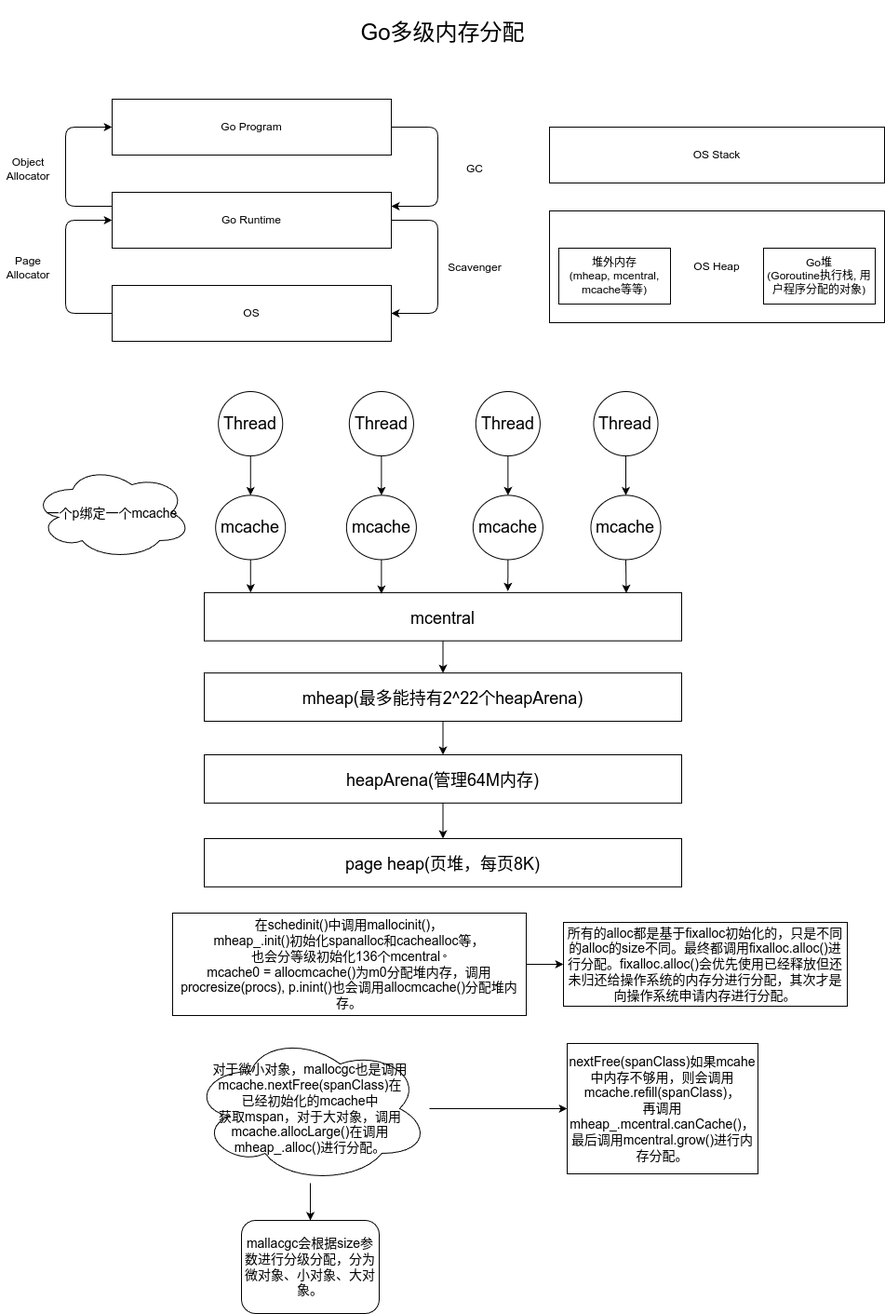
This is go_alloc.png from moqsien/img_repo, a draw.io export, as it was before one commit. Source tidied: cells renumbered, new cells last; positions are measured from the earlier drawing's top-left corner, leaving out a move shared by most shapes.
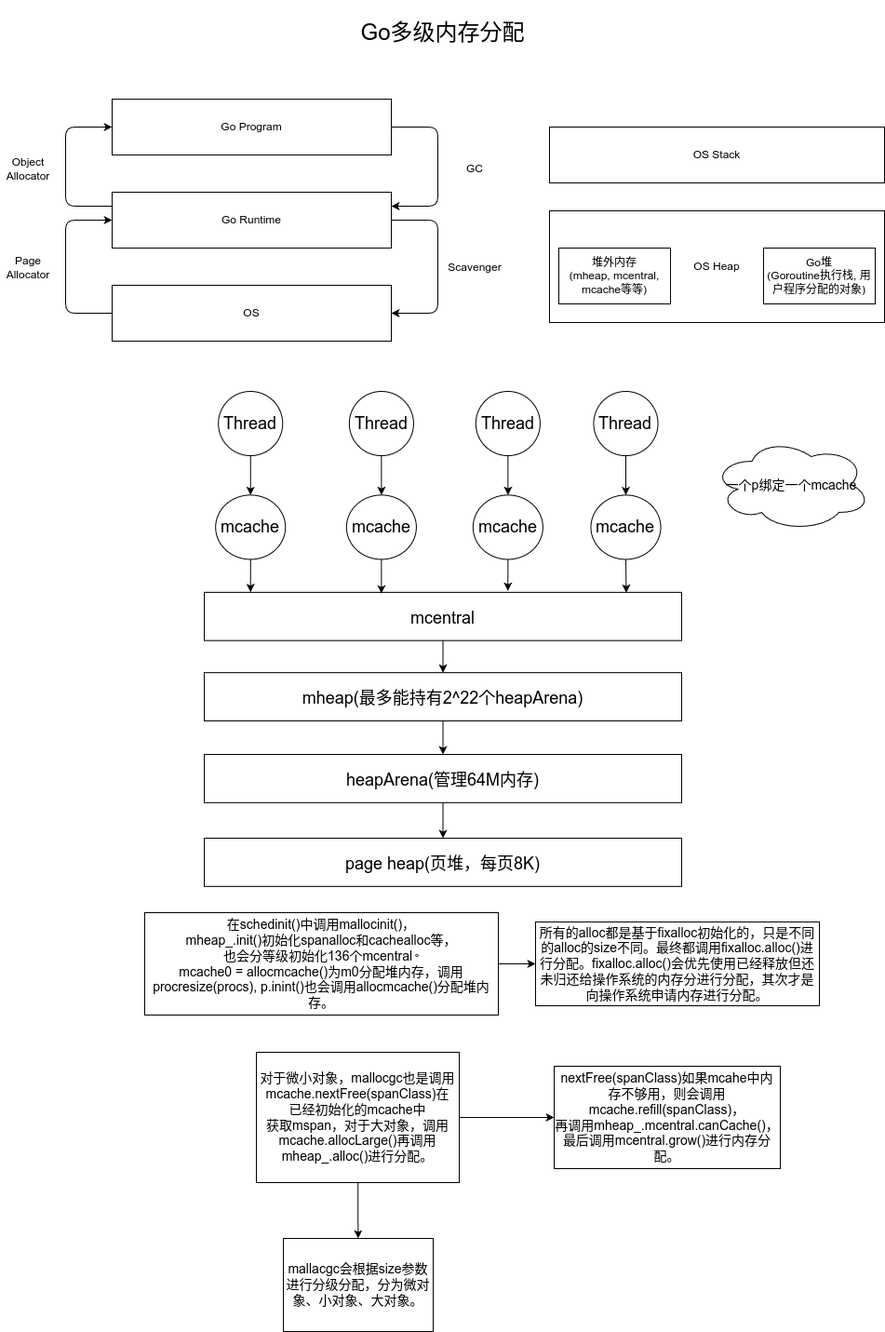
Later version of the same file.

Diff of the diagram source:
```diff
@@ -152,31 +152,31 @@
       <mxGeometry relative="1" as="geometry" />
     </mxCell>
     <mxCell id="45" value="&lt;font style=&quot;font-size: 14px;&quot;&gt;一个p绑定一个mcache&lt;/font&gt;" style="ellipse;shape=cloud;whiteSpace=wrap;html=1;fontSize=18;" parent="1" vertex="1">
-      <mxGeometry x="35" y="500" width="170" height="100" as="geometry" />
+      <mxGeometry x="765" y="470" width="170" height="100" as="geometry" />
     </mxCell>
     <mxCell id="46" style="edgeStyle=none;html=1;entryX=0;entryY=0.5;entryDx=0;entryDy=0;fontSize=14;" parent="1" edge="1" source="47" target="48">
       <mxGeometry relative="1" as="geometry" />
     </mxCell>
     <mxCell id="47" value="在schedinit()中调用mallocinit()，&lt;br&gt;&lt;div&gt;mheap_.init()初始化spanalloc和cachealloc等，&lt;/div&gt;&lt;div&gt;也会分等级初始化136个mcentral。&lt;/div&gt;&lt;div&gt;mcache0 = allocmcache()为m0分配堆内存，调用procresize(procs), p.inint()也会调用allocmcache()分配堆内存。&lt;/div&gt;" style="rounded=0;whiteSpace=wrap;html=1;fontSize=14;fillColor=none;" parent="1" vertex="1">
-      <mxGeometry x="185" y="980" width="380" height="110" as="geometry" />
+      <mxGeometry x="155" y="980" width="380" height="110" as="geometry" />
     </mxCell>
     <mxCell id="48" value="所有的alloc都是基于fixalloc初始化的，只是不同的alloc的size不同。最终都调用fixalloc.alloc()进行分配。fixalloc.alloc()会优先使用已经释放但还未归还给操作系统的内存分进行分配，其次才是向操作系统申请内存进行分配。" style="rounded=0;whiteSpace=wrap;html=1;fontSize=14;fillColor=none;" parent="1" vertex="1">
-      <mxGeometry x="605" y="990" width="305" height="90" as="geometry" />
+      <mxGeometry x="575" y="990" width="305" height="90" as="geometry" />
     </mxCell>
-    <mxCell id="49" style="edgeStyle=none;html=1;fontSize=14;" parent="1" edge="1" source="51" target="52">
-      <mxGeometry relative="1" as="geometry" />
-    </mxCell>
-    <mxCell id="50" style="edgeStyle=none;html=1;fontSize=14;" parent="1" edge="1" source="51" target="53">
-      <mxGeometry relative="1" as="geometry" />
-    </mxCell>
-    <mxCell id="51" value="对于微小对象，mallocgc也是调用mcache.nextFree(spanClass)在&lt;br&gt;已经初始化的mcache中&lt;br&gt;获取mspan，对于大对象，调用mcache.allocLarge()在调用mheap_.alloc()进行分配。" style="ellipse;shape=cloud;whiteSpace=wrap;html=1;fontSize=14;" parent="1" vertex="1">
-      <mxGeometry x="205" y="1110" width="256" height="160" as="geometry" />
-    </mxCell>
+    <mxCell id="54" style="edgeStyle=none;html=1;fontSize=14;" parent="1" edge="1" source="56" target="53">
+      <mxGeometry relative="1" as="geometry" />
+    </mxCell>
+    <mxCell id="55" style="edgeStyle=none;html=1;fontSize=14;" parent="1" edge="1" source="56" target="52">
+      <mxGeometry relative="1" as="geometry" />
+    </mxCell>
+    <mxCell id="56" value="对于微小对象，mallocgc也是调用mcache.nextFree(spanClass)在&lt;br&gt;已经初始化的mcache中&lt;br&gt;获取mspan，对于大对象，调用mcache.allocLarge()再调用mheap_.alloc()进行分配。" style="rounded=0;whiteSpace=wrap;html=1;fontSize=14;fillColor=none;" parent="1" vertex="1">
+      <mxGeometry x="275" y="1130" width="218" height="140" as="geometry" />
+    </mxCell>
+    <mxCell id="53" value="nextFree(spanClass)如果mcahe中内存不够用，则会调用mcache.refill(spanClass)，&lt;br&gt;再调用mheap_.mcentral.canCache()，&lt;br&gt;最后调用mcentral.grow()进行内存分配。" style="whiteSpace=wrap;html=1;fontSize=14;fillColor=none;rounded=0;" parent="1" vertex="1">
+      <mxGeometry x="595" y="1145" width="243" height="110" as="geometry" />
+    </mxCell>
-    <mxCell id="52" value="mallacgc会根据size参数进行分级分配，分为微对象、小对象、大对象。" style="rounded=1;whiteSpace=wrap;html=1;fontSize=14;" parent="1" vertex="1">
-      <mxGeometry x="259" y="1310" width="148" height="100" as="geometry" />
+    <mxCell id="52" value="mallacgc会根据size参数进行分级分配，分为微对象、小对象、大对象。" style="whiteSpace=wrap;html=1;fontSize=14;fillColor=none;rounded=0;" parent="1" vertex="1">
+      <mxGeometry x="304" y="1330" width="161" height="100" as="geometry" />
     </mxCell>
-    <mxCell id="53" value="nextFree(spanClass)如果mcahe中内存不够用，则会调用mcache.refill(spanClass)，&lt;br&gt;再调用mheap_.mcentral.canCache()，&lt;br&gt;最后调用mcentral.grow()进行内存分配。" style="whiteSpace=wrap;html=1;fontSize=14;" parent="1" vertex="1">
-      <mxGeometry x="609" y="1120" width="205" height="140" as="geometry" />
-    </mxCell>
   </root>
 </mxGraphModel>
```
